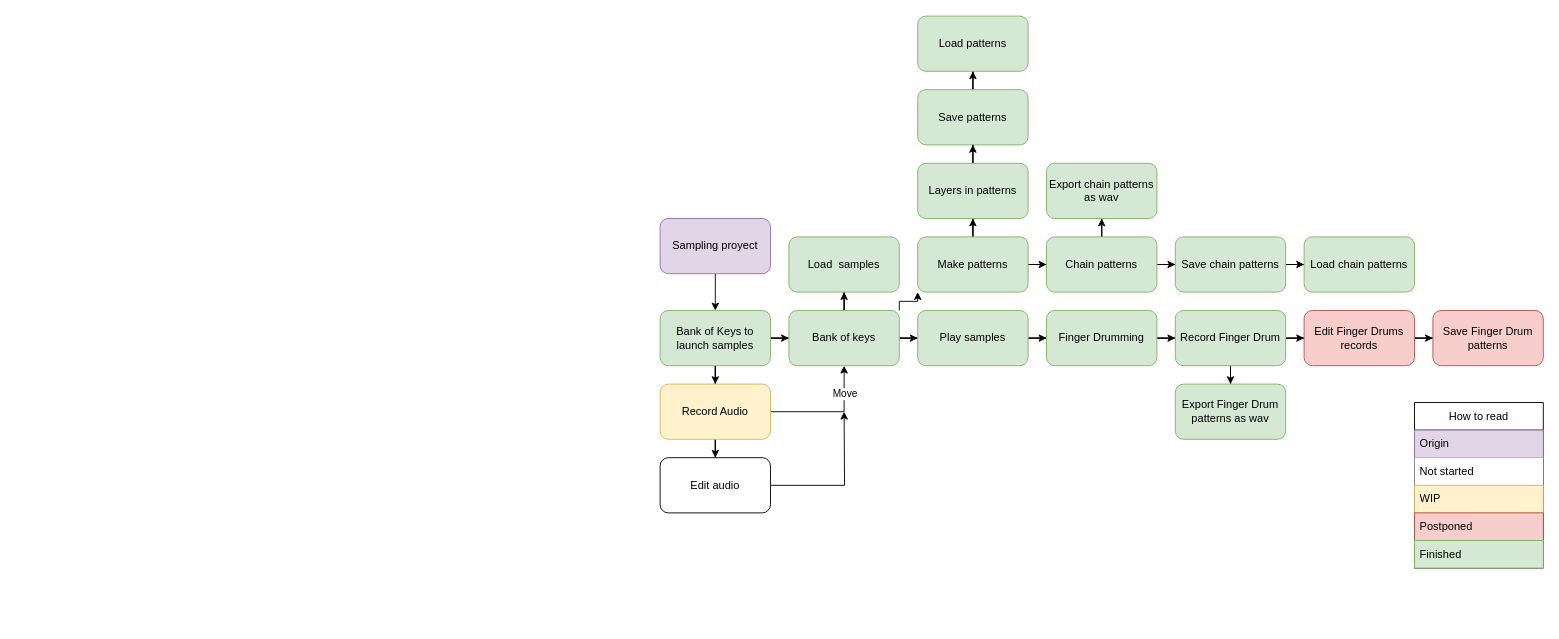
Above: Status Diagram/Sampling proyect diagram.drawio in elcalak/Sampling (draw.io), before the change. Source tidied: cells renumbered, new cells numbered last; positions are measured from the earlier drawing's top-left corner, leaving out a move shared by most shapes. Both pictures are drawn from the tidied source at 92%, with x=0, y=0 at pixel (660, 16).
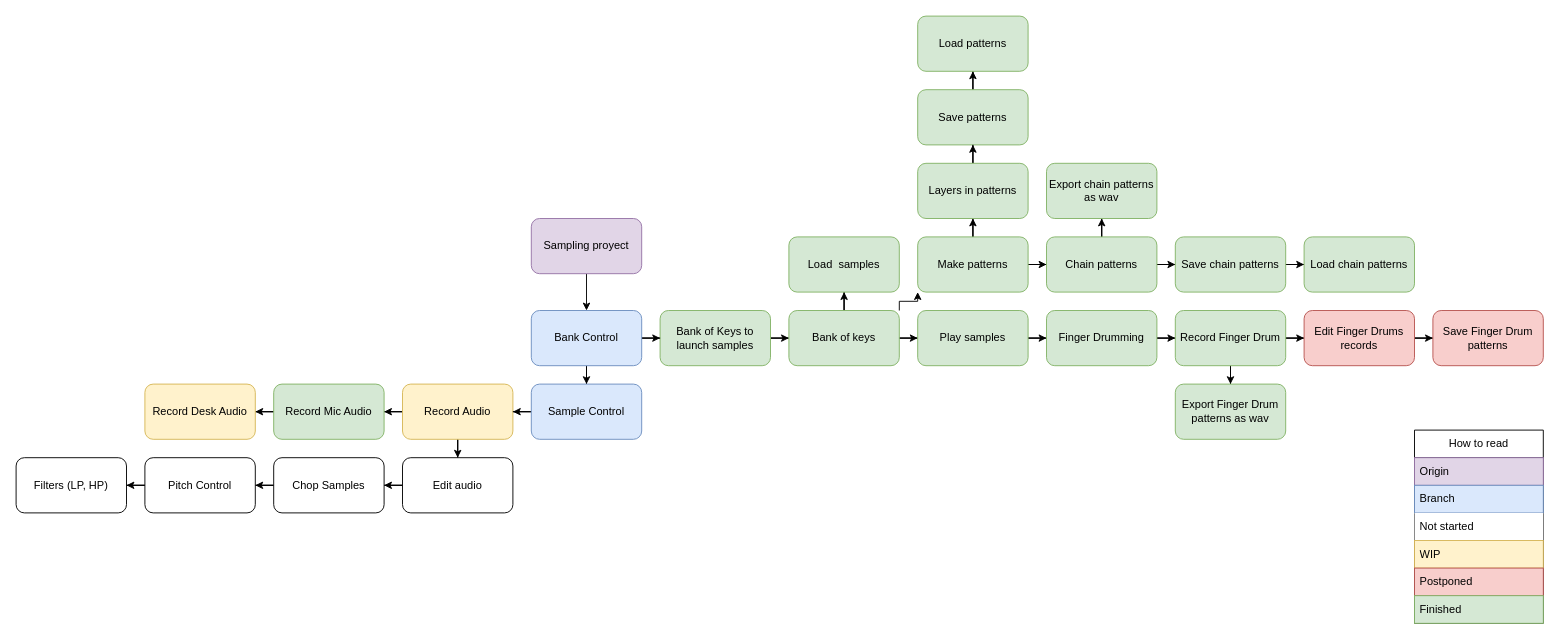
After the change.

Unchanged cells that the change refers to:
```xml
<mxCell id="6" value="Bank of Keys to launch samples" style="rounded=1;whiteSpace=wrap;html=1;fillColor=#d5e8d4;strokeColor=#82b366;" parent="1" vertex="1">
  <mxGeometry y="320" width="120" height="60" as="geometry" />
</mxCell>
<mxCell id="16" value="Bank of keys" style="whiteSpace=wrap;html=1;rounded=1;fillColor=#d5e8d4;strokeColor=#82b366;" parent="1" vertex="1">
  <mxGeometry x="140" y="320" width="120" height="60" as="geometry" />
</mxCell>
```

The edit, as a diff of the source:
```diff
@@
-    <mxCell id="2" style="edgeStyle=orthogonalEdgeStyle;rounded=0;jettySize=auto;html=1;" parent="1" edge="1" source="3" target="6">
-      <mxGeometry relative="1" as="geometry" />
-    </mxCell>
+    <mxCell id="50" style="edgeStyle=orthogonalEdgeStyle;rounded=0;jettySize=auto;html=1;" parent="1" edge="1" source="3" target="63">
+      <mxGeometry relative="1" as="geometry" />
+    </mxCell>
     <mxCell id="3" value="Sampling proyect" style="rounded=1;whiteSpace=wrap;html=1;fillColor=#e1d5e7;strokeColor=#9673a6;" parent="1" vertex="1">
-      <mxGeometry y="220" width="120" height="60" as="geometry" />
+      <mxGeometry x="-140" y="220" width="120" height="60" as="geometry" />
     </mxCell>
-    <mxCell id="4" style="edgeStyle=orthogonalEdgeStyle;rounded=0;jettySize=auto;html=1;" parent="1" edge="1" source="6" target="10">
-      <mxGeometry relative="1" as="geometry" />
-    </mxCell>
@@
-    <mxCell id="8" style="edgeStyle=orthogonalEdgeStyle;rounded=0;jettySize=auto;html=1;exitX=1;exitY=0.5;exitDx=0;exitDy=0;" parent="1" edge="1" source="10" target="16">
-      <mxGeometry relative="1" as="geometry" />
-    </mxCell>
-    <mxCell id="9" value="Move" style="edgeLabel;html=1;align=center;verticalAlign=middle;" parent="8" vertex="1">
-      <mxGeometry x="0.17" y="1" relative="1" as="geometry">
-        <mxPoint x="4" y="-19" as="offset" />
-      </mxGeometry>
-    </mxCell>
+    <mxCell id="51" style="edgeStyle=orthogonalEdgeStyle;rounded=0;jettySize=auto;html=1;" parent="1" edge="1" source="10" target="59">
+      <mxGeometry relative="1" as="geometry" />
+    </mxCell>
     <mxCell id="10" value="Record Audio" style="rounded=1;whiteSpace=wrap;html=1;fillColor=#fff2cc;strokeColor=#d6b656;" parent="1" vertex="1">
-      <mxGeometry y="400" width="120" height="60" as="geometry" />
+      <mxGeometry x="-280" y="400" width="120" height="60" as="geometry" />
     </mxCell>
-    <mxCell id="11" style="edgeStyle=orthogonalEdgeStyle;rounded=0;jettySize=auto;html=1;exitX=1;exitY=0.5;exitDx=0;exitDy=0;" parent="1" edge="1" source="12">
-      <mxGeometry relative="1" as="geometry">
-        <mxPoint x="200" y="430" as="targetPoint" />
-      </mxGeometry>
-    </mxCell>
+    <mxCell id="52" style="edgeStyle=orthogonalEdgeStyle;rounded=0;jettySize=auto;html=1;" parent="1" edge="1" source="12" target="55">
+      <mxGeometry relative="1" as="geometry" />
+    </mxCell>
     <mxCell id="12" value="Edit audio" style="rounded=1;whiteSpace=wrap;html=1;" parent="1" vertex="1">
-      <mxGeometry y="480" width="120" height="60" as="geometry" />
+      <mxGeometry x="-280" y="480" width="120" height="60" as="geometry" />
     </mxCell>
@@
     <mxCell id="38" value="How to read" style="swimlane;fontStyle=0;horizontal=1;startSize=30;whiteSpace=wrap;html=1;" parent="1" vertex="1">
-      <mxGeometry x="820" y="420" width="140" height="180" as="geometry" />
+      <mxGeometry x="820" y="450" width="140" height="210" as="geometry" />
     </mxCell>
@@
+    <mxCell id="53" value="Branch" style="text;strokeColor=#6c8ebf;fillColor=#dae8fc;align=left;verticalAlign=middle;spacingLeft=4;spacingRight=4;overflow=hidden;whiteSpace=wrap;html=1;" parent="38" vertex="1">
+      <mxGeometry y="60" width="140" height="30" as="geometry" />
+    </mxCell>
     <mxCell id="40" value="Not started" style="text;align=left;verticalAlign=middle;spacingLeft=4;spacingRight=4;overflow=hidden;whiteSpace=wrap;html=1;fillColor=default;" parent="38" vertex="1">
-      <mxGeometry y="60" width="140" height="30" as="geometry" />
+      <mxGeometry y="90" width="140" height="30" as="geometry" />
     </mxCell>
     <mxCell id="41" value="WIP" style="text;strokeColor=#d6b656;fillColor=#fff2cc;align=left;verticalAlign=middle;spacingLeft=4;spacingRight=4;overflow=hidden;whiteSpace=wrap;html=1;" parent="38" vertex="1">
-      <mxGeometry y="90" width="140" height="30" as="geometry" />
+      <mxGeometry y="120" width="140" height="30" as="geometry" />
     </mxCell>
     <mxCell id="42" value="Postponed" style="text;strokeColor=#b85450;fillColor=#f8cecc;align=left;verticalAlign=middle;spacingLeft=4;spacingRight=4;overflow=hidden;whiteSpace=wrap;html=1;" parent="38" vertex="1">
-      <mxGeometry y="120" width="140" height="30" as="geometry" />
+      <mxGeometry y="150" width="140" height="30" as="geometry" />
     </mxCell>
     <mxCell id="43" value="Finished" style="text;strokeColor=#82b366;fillColor=#d5e8d4;align=left;verticalAlign=middle;spacingLeft=4;spacingRight=4;overflow=hidden;whiteSpace=wrap;html=1;" parent="38" vertex="1">
-      <mxGeometry y="150" width="140" height="30" as="geometry" />
+      <mxGeometry y="180" width="140" height="30" as="geometry" />
     </mxCell>
@@
+    <mxCell id="54" style="edgeStyle=orthogonalEdgeStyle;rounded=0;jettySize=auto;html=1;" parent="1" edge="1" source="55" target="57">
+      <mxGeometry relative="1" as="geometry" />
+    </mxCell>
+    <mxCell id="55" value="Chop Samples" style="whiteSpace=wrap;html=1;rounded=1;" parent="1" vertex="1">
+      <mxGeometry x="-420" y="480" width="120" height="60" as="geometry" />
+    </mxCell>
+    <mxCell id="56" style="edgeStyle=orthogonalEdgeStyle;rounded=0;jettySize=auto;html=1;" parent="1" edge="1" source="57" target="66">
+      <mxGeometry relative="1" as="geometry" />
+    </mxCell>
+    <mxCell id="57" value="Pitch Control" style="whiteSpace=wrap;html=1;rounded=1;" parent="1" vertex="1">
+      <mxGeometry x="-560" y="480" width="120" height="60" as="geometry" />
+    </mxCell>
+    <mxCell id="58" style="edgeStyle=orthogonalEdgeStyle;rounded=0;jettySize=auto;html=1;" parent="1" edge="1" source="59" target="60">
+      <mxGeometry relative="1" as="geometry" />
+    </mxCell>
+    <mxCell id="59" value="Record Mic Audio" style="whiteSpace=wrap;html=1;rounded=1;fillColor=#d5e8d4;strokeColor=#82b366;" parent="1" vertex="1">
+      <mxGeometry x="-420" y="400" width="120" height="60" as="geometry" />
+    </mxCell>
+    <mxCell id="60" value="Record Desk Audio" style="whiteSpace=wrap;html=1;fillColor=#fff2cc;strokeColor=#d6b656;rounded=1;" parent="1" vertex="1">
+      <mxGeometry x="-560" y="400" width="120" height="60" as="geometry" />
+    </mxCell>
+    <mxCell id="61" style="edgeStyle=orthogonalEdgeStyle;rounded=0;jettySize=auto;html=1;" parent="1" edge="1" source="63" target="6">
+      <mxGeometry relative="1" as="geometry" />
+    </mxCell>
+    <mxCell id="62" style="edgeStyle=orthogonalEdgeStyle;rounded=0;jettySize=auto;html=1;" parent="1" edge="1" source="63" target="65">
+      <mxGeometry relative="1" as="geometry" />
+    </mxCell>
+    <mxCell id="63" value="Bank Control" style="whiteSpace=wrap;html=1;fillColor=#dae8fc;strokeColor=#6c8ebf;rounded=1;" parent="1" vertex="1">
+      <mxGeometry x="-140" y="320" width="120" height="60" as="geometry" />
+    </mxCell>
+    <mxCell id="64" style="edgeStyle=orthogonalEdgeStyle;rounded=0;jettySize=auto;html=1;" parent="1" edge="1" source="65" target="10">
+      <mxGeometry relative="1" as="geometry" />
+    </mxCell>
+    <mxCell id="65" value="Sample Control" style="whiteSpace=wrap;html=1;fillColor=#dae8fc;strokeColor=#6c8ebf;rounded=1;" parent="1" vertex="1">
+      <mxGeometry x="-140" y="400" width="120" height="60" as="geometry" />
+    </mxCell>
+    <mxCell id="66" value="Filters (LP, HP)" style="whiteSpace=wrap;html=1;rounded=1;" parent="1" vertex="1">
+      <mxGeometry x="-700" y="480" width="120" height="60" as="geometry" />
+    </mxCell>
```
